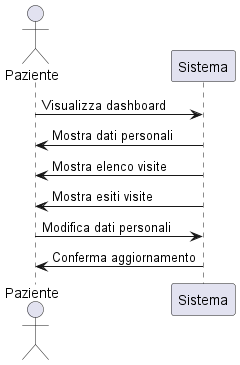
Above: Latex/diagrammi_uml/paziente.png in Taniyakaur/KMBhealthcenter (PlantUML), before the change.
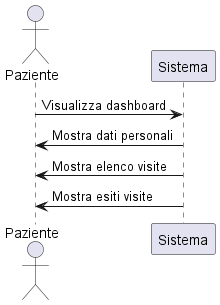
Later version of the same file.

The edit, as a diff of the source:
```diff
@@ -6,7 +6,4 @@
 Sistema -> Paziente : Mostra elenco visite
 Sistema -> Paziente : Mostra esiti visite
 
-Paziente -> Sistema : Modifica dati personali
-Sistema -> Paziente : Conferma aggiornamento
-
 @enduml
```
